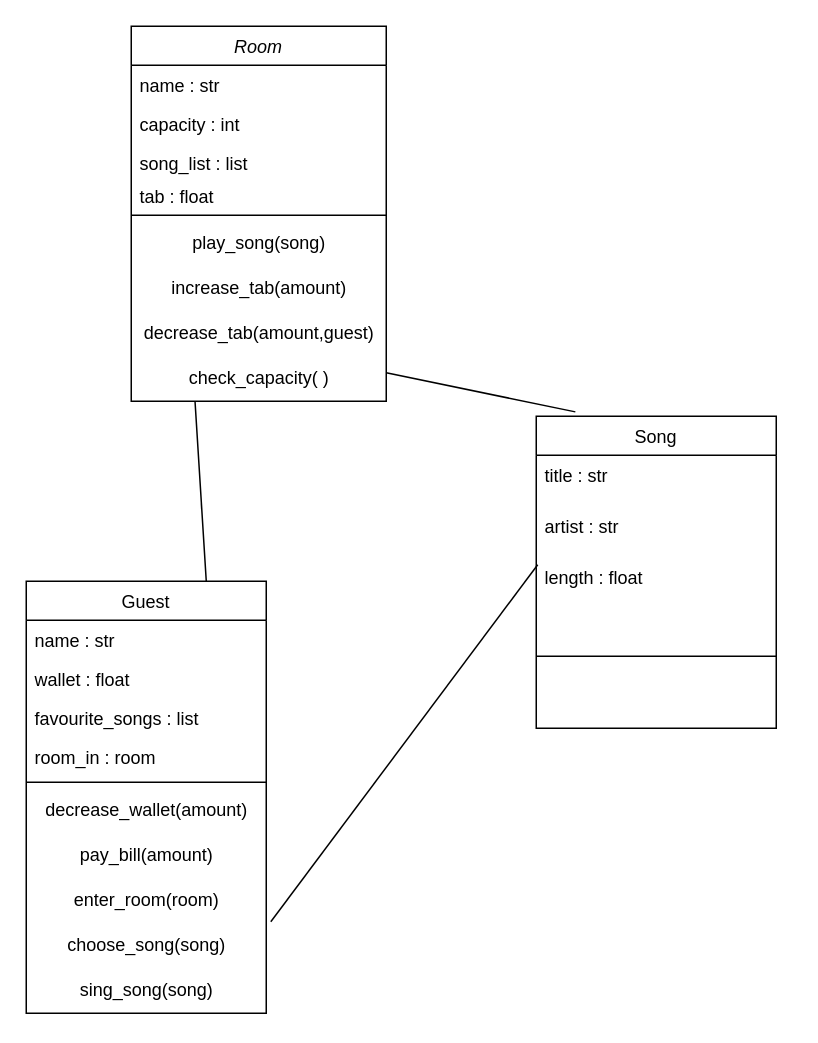
Earlier version of the draw.io diagram Diagrams/Karaoke_diagrams.drawio (ASGili/CodeClan_Karaoke). Source tidied: cells renumbered, new cells numbered last; positions are measured from the earlier drawing's top-left corner, leaving out a move shared by most shapes. Both pictures are drawn from the tidied source at 150%, with x=0, y=0 at pixel (26, 26).
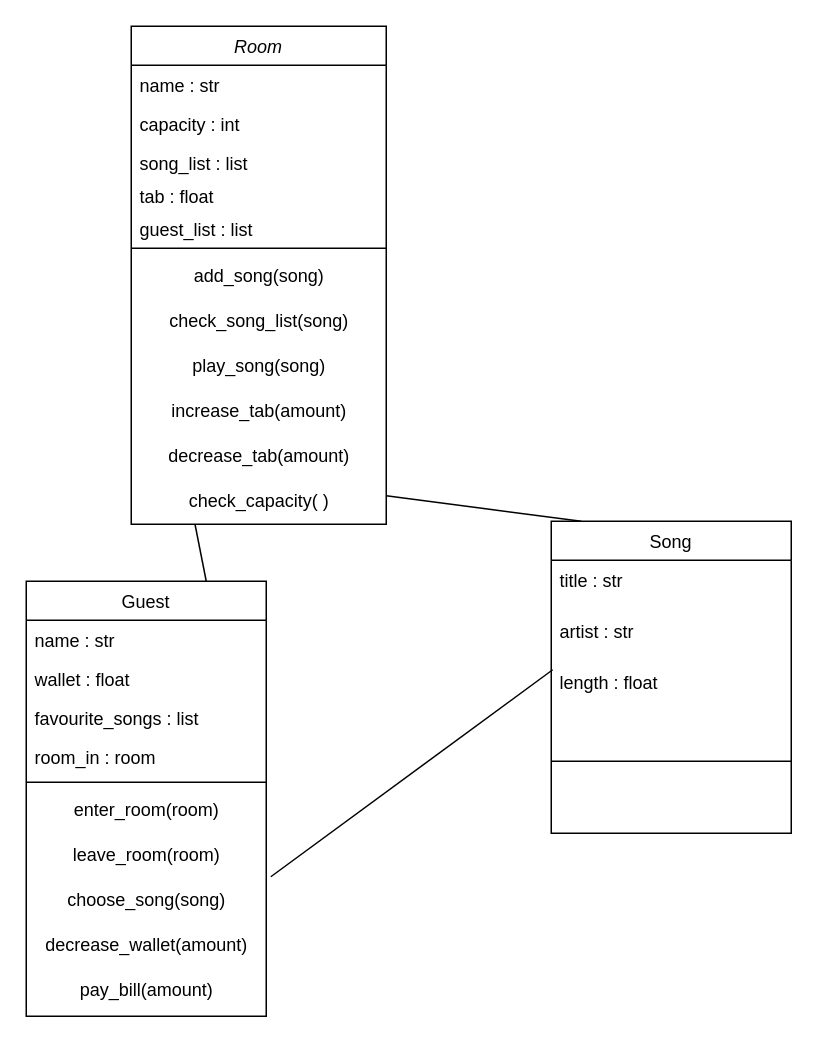
The same page after the edit.

What changed in the source:
```diff
@@
     <mxCell id="2" value="Room" style="swimlane;fontStyle=2;align=center;verticalAlign=top;horizontal=1;startSize=26;rounded=0;shadow=0;strokeWidth=1;" parent="1" vertex="1">
-      <mxGeometry x="70" width="170" height="250" as="geometry" />
+      <mxGeometry x="70" width="170" height="332" as="geometry" />
     </mxCell>
@@
+    <mxCell id="31" value="guest_list : list" style="text;align=left;verticalAlign=top;spacingLeft=4;spacingRight=4;overflow=hidden;rounded=0;shadow=0;html=0;" parent="2" vertex="1">
+      <mxGeometry y="122" width="170" height="22" as="geometry" />
+    </mxCell>
     <mxCell id="7" style="line;html=1;strokeWidth=1;align=left;verticalAlign=middle;spacingTop=-1;spacingLeft=3;spacingRight=3;labelPosition=right;" parent="2" vertex="1">
-      <mxGeometry y="122" width="170" height="8" as="geometry" />
+      <mxGeometry y="144" width="170" height="8" as="geometry" />
     </mxCell>
+    <mxCell id="32" value="add_song(song)" style="text;html=1;align=center;verticalAlign=middle;strokeColor=none;fillColor=none;" parent="2" vertex="1">
+      <mxGeometry y="152" width="170" height="30" as="geometry" />
+    </mxCell>
+    <mxCell id="33" value="check_song_list(song)" style="text;html=1;align=center;verticalAlign=middle;strokeColor=none;fillColor=none;" parent="2" vertex="1">
+      <mxGeometry y="182" width="170" height="30" as="geometry" />
+    </mxCell>
     <mxCell id="8" value="play_song(song)" style="text;html=1;align=center;verticalAlign=middle;strokeColor=none;fillColor=none;" parent="2" vertex="1">
-      <mxGeometry y="130" width="170" height="30" as="geometry" />
+      <mxGeometry y="212" width="170" height="30" as="geometry" />
     </mxCell>
     <mxCell id="9" value="increase_tab(amount)" style="text;html=1;align=center;verticalAlign=middle;strokeColor=none;fillColor=none;" parent="2" vertex="1">
-      <mxGeometry y="160" width="170" height="30" as="geometry" />
+      <mxGeometry y="242" width="170" height="30" as="geometry" />
     </mxCell>
-    <mxCell id="10" value="decrease_tab(amount,guest)" style="text;html=1;align=center;verticalAlign=middle;strokeColor=none;fillColor=none;" parent="2" vertex="1">
-      <mxGeometry y="190" width="170" height="30" as="geometry" />
+    <mxCell id="10" value="decrease_tab(amount)" style="text;html=1;align=center;verticalAlign=middle;strokeColor=none;fillColor=none;" parent="2" vertex="1">
+      <mxGeometry y="272" width="170" height="30" as="geometry" />
     </mxCell>
     <mxCell id="11" value="check_capacity( )" style="text;html=1;align=center;verticalAlign=middle;points=[];strokeColor=none;fillColor=none;" parent="2" vertex="1">
-      <mxGeometry y="220" width="170" height="30" as="geometry" />
+      <mxGeometry y="302" width="170" height="30" as="geometry" />
     </mxCell>
     <mxCell id="12" value="Guest" style="swimlane;fontStyle=0;align=center;verticalAlign=top;horizontal=1;startSize=26;rounded=0;shadow=0;strokeWidth=1;" parent="1" vertex="1">
-      <mxGeometry y="370" width="160" height="288" as="geometry" />
+      <mxGeometry y="370" width="160" height="290" as="geometry" />
     </mxCell>
@@
+    <mxCell id="20" value="enter_room(room)" style="text;html=1;align=center;verticalAlign=middle;strokeColor=none;fillColor=none;" parent="12" vertex="1">
+      <mxGeometry y="138" width="160" height="30" as="geometry" />
+    </mxCell>
+    <mxCell id="34" value="leave_room(room)" style="text;html=1;align=center;verticalAlign=middle;strokeColor=none;fillColor=none;" parent="12" vertex="1">
+      <mxGeometry y="168" width="160" height="30" as="geometry" />
+    </mxCell>
+    <mxCell id="21" value="choose_song(song)" style="text;html=1;align=center;verticalAlign=middle;points=[];strokeColor=none;fillColor=none;" parent="12" vertex="1">
+      <mxGeometry y="198" width="160" height="30" as="geometry" />
+    </mxCell>
     <mxCell id="18" value="decrease_wallet(amount)" style="text;html=1;align=center;verticalAlign=middle;strokeColor=none;fillColor=none;" parent="12" vertex="1">
-      <mxGeometry y="138" width="160" height="30" as="geometry" />
+      <mxGeometry y="228" width="160" height="30" as="geometry" />
     </mxCell>
     <mxCell id="19" value="pay_bill(amount)" style="text;html=1;align=center;verticalAlign=middle;strokeColor=none;fillColor=none;" parent="12" vertex="1">
-      <mxGeometry y="168" width="160" height="30" as="geometry" />
+      <mxGeometry y="258" width="160" height="30" as="geometry" />
     </mxCell>
-    <mxCell id="20" value="enter_room(room)" style="text;html=1;align=center;verticalAlign=middle;strokeColor=none;fillColor=none;" parent="12" vertex="1">
-      <mxGeometry y="198" width="160" height="30" as="geometry" />
-    </mxCell>
-    <mxCell id="21" value="choose_song(song)" style="text;html=1;align=center;verticalAlign=middle;points=[];strokeColor=none;fillColor=none;" parent="12" vertex="1">
-      <mxGeometry y="228" width="160" height="30" as="geometry" />
-    </mxCell>
-    <mxCell id="22" value="sing_song(song)" style="text;html=1;align=center;verticalAlign=middle;strokeColor=none;fillColor=none;" parent="12" vertex="1">
-      <mxGeometry y="258" width="160" height="30" as="geometry" />
-    </mxCell>
     <mxCell id="23" value="Song" style="swimlane;fontStyle=0;align=center;verticalAlign=top;horizontal=1;startSize=26;rounded=0;shadow=0;strokeWidth=1;" parent="1" vertex="1">
-      <mxGeometry x="340" y="260" width="160" height="208" as="geometry" />
+      <mxGeometry x="350" y="330" width="160" height="208" as="geometry" />
     </mxCell>
@@
-    <mxCell id="29" style="endArrow=none;html=1;rounded=0;exitX=0.163;exitY=-0.014;exitDx=0;exitDy=0;exitPerimeter=0;entryX=1;entryY=0.367;entryDx=0;entryDy=0;entryPerimeter=0;" parent="1" edge="1" source="23" target="11">
+    <mxCell id="29" style="endArrow=none;html=1;rounded=0;entryX=1;entryY=0.367;entryDx=0;entryDy=0;entryPerimeter=0;exitX=0.125;exitY=0;exitDx=0;exitDy=0;exitPerimeter=0;" parent="1" edge="1" source="23" target="11">
       <mxGeometry relative="1" as="geometry" />
     </mxCell>
```
